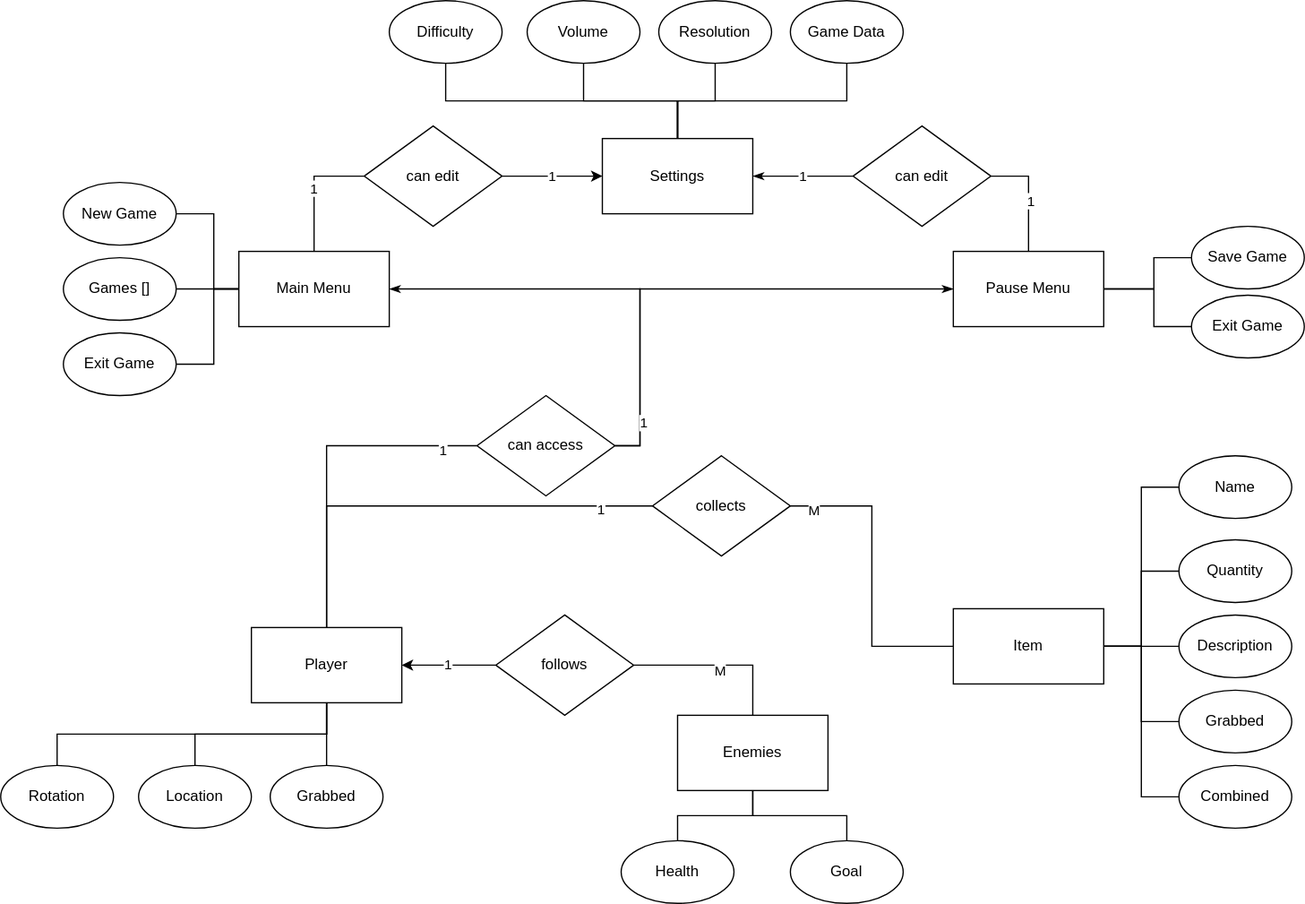
This is Entity Relationship Diagram.drawio.svg from Klaimtrev/VR-Horror-Game, a draw.io export, as it was before one commit. Source tidied: cells renumbered, new cells last; positions are measured from the earlier drawing's top-left corner, leaving out a move shared by most shapes.
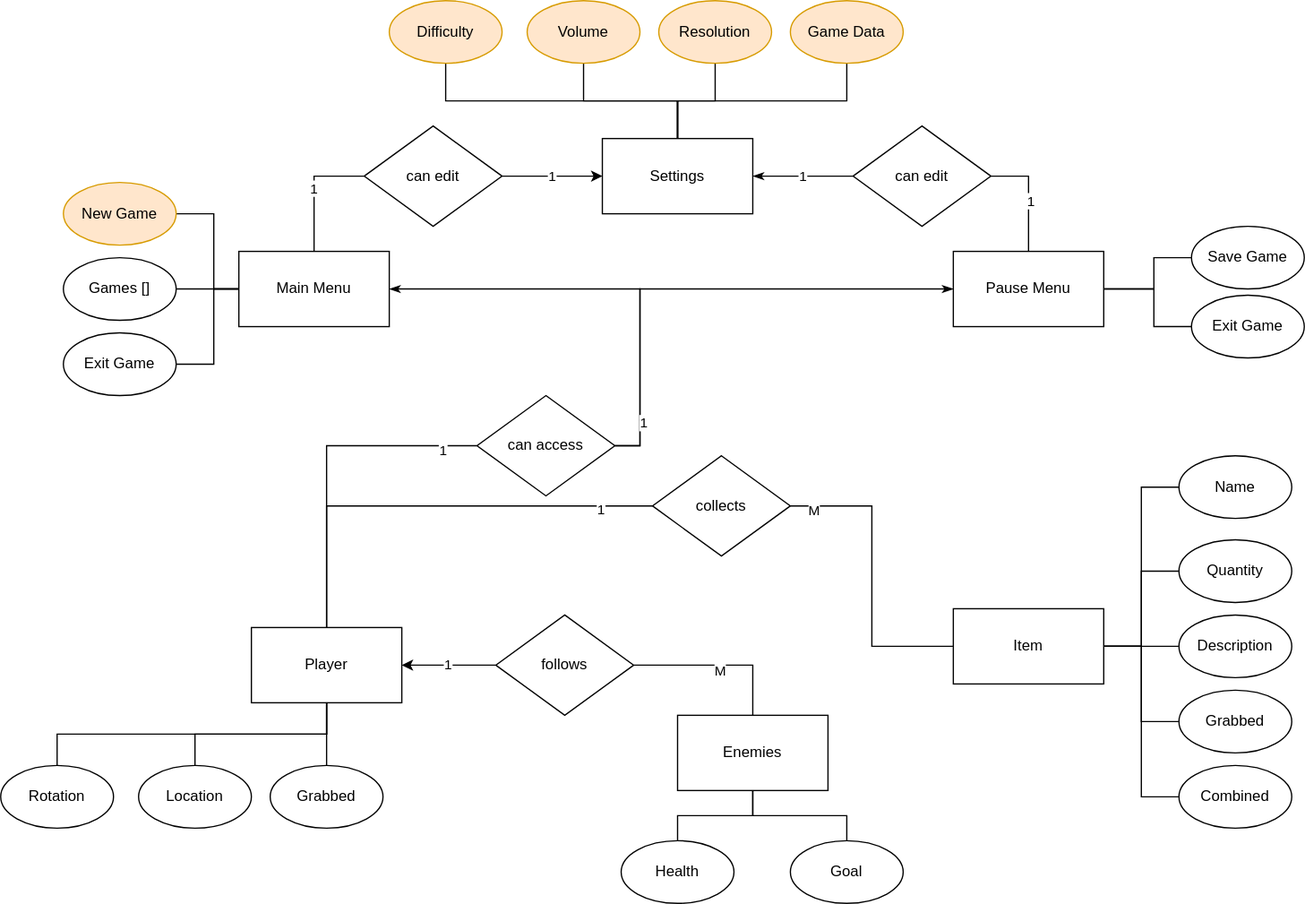
After the commit.

The edit, as a diff of the source:
```diff
@@ -52,7 +52,7 @@
         </Array>
       </mxGeometry>
     </mxCell>
-    <mxCell id="17" value="New Game" style="ellipse;whiteSpace=wrap;html=1;" parent="1" vertex="1">
+    <mxCell id="17" value="New Game" style="ellipse;whiteSpace=wrap;html=1;fillColor=#ffe6cc;strokeColor=#d79b00;" parent="1" vertex="1">
       <mxGeometry x="50" y="145" width="90" height="50" as="geometry" />
     </mxCell>
     <mxCell id="18" style="edgeStyle=orthogonalEdgeStyle;rounded=0;jettySize=auto;html=1;exitX=1;exitY=0.5;exitDx=0;exitDy=0;endArrow=none;endFill=0;" parent="1" edge="1" source="19">
@@ -101,13 +101,13 @@
     <mxCell id="26" style="edgeStyle=orthogonalEdgeStyle;rounded=0;jettySize=auto;html=1;exitX=0.5;exitY=1;exitDx=0;exitDy=0;endArrow=none;endFill=0;" parent="1" edge="1" source="27" target="7">
       <mxGeometry relative="1" as="geometry" />
     </mxCell>
-    <mxCell id="27" value="Difficulty" style="ellipse;whiteSpace=wrap;html=1;" parent="1" vertex="1">
+    <mxCell id="27" value="Difficulty" style="ellipse;whiteSpace=wrap;html=1;fillColor=#ffe6cc;strokeColor=#d79b00;" parent="1" vertex="1">
       <mxGeometry x="310" width="90" height="50" as="geometry" />
     </mxCell>
     <mxCell id="28" style="edgeStyle=orthogonalEdgeStyle;rounded=0;jettySize=auto;html=1;exitX=0.5;exitY=1;exitDx=0;exitDy=0;entryX=0.5;entryY=0;entryDx=0;entryDy=0;endArrow=none;endFill=0;" parent="1" edge="1" source="29" target="7">
       <mxGeometry relative="1" as="geometry" />
     </mxCell>
-    <mxCell id="29" value="Volume" style="ellipse;whiteSpace=wrap;html=1;" parent="1" vertex="1">
+    <mxCell id="29" value="Volume" style="ellipse;whiteSpace=wrap;html=1;fillColor=#ffe6cc;strokeColor=#d79b00;" parent="1" vertex="1">
       <mxGeometry x="420" width="90" height="50" as="geometry" />
     </mxCell>
     <mxCell id="30" style="edgeStyle=orthogonalEdgeStyle;rounded=0;jettySize=auto;html=1;exitX=0.5;exitY=1;exitDx=0;exitDy=0;endArrow=none;endFill=0;" parent="1" edge="1" source="31">
@@ -115,13 +115,13 @@
         <mxPoint x="540" y="110" as="targetPoint" />
       </mxGeometry>
     </mxCell>
-    <mxCell id="31" value="Resolution" style="ellipse;whiteSpace=wrap;html=1;" parent="1" vertex="1">
+    <mxCell id="31" value="Resolution" style="ellipse;whiteSpace=wrap;html=1;fillColor=#ffe6cc;strokeColor=#d79b00;" parent="1" vertex="1">
       <mxGeometry x="525" width="90" height="50" as="geometry" />
     </mxCell>
     <mxCell id="32" style="edgeStyle=orthogonalEdgeStyle;rounded=0;jettySize=auto;html=1;exitX=0.5;exitY=1;exitDx=0;exitDy=0;entryX=0.5;entryY=0;entryDx=0;entryDy=0;endArrow=none;endFill=0;" parent="1" edge="1" source="33" target="7">
       <mxGeometry relative="1" as="geometry" />
     </mxCell>
-    <mxCell id="33" value="Game Data" style="ellipse;whiteSpace=wrap;html=1;" parent="1" vertex="1">
+    <mxCell id="33" value="Game Data" style="ellipse;whiteSpace=wrap;html=1;fillColor=#ffe6cc;strokeColor=#d79b00;" parent="1" vertex="1">
       <mxGeometry x="630" width="90" height="50" as="geometry" />
     </mxCell>
     <mxCell id="34" style="edgeStyle=orthogonalEdgeStyle;rounded=0;jettySize=auto;html=1;exitX=0.5;exitY=0;exitDx=0;exitDy=0;entryX=0.5;entryY=1;entryDx=0;entryDy=0;endArrow=none;endFill=0;" parent="1" edge="1" source="35" target="12">
```
